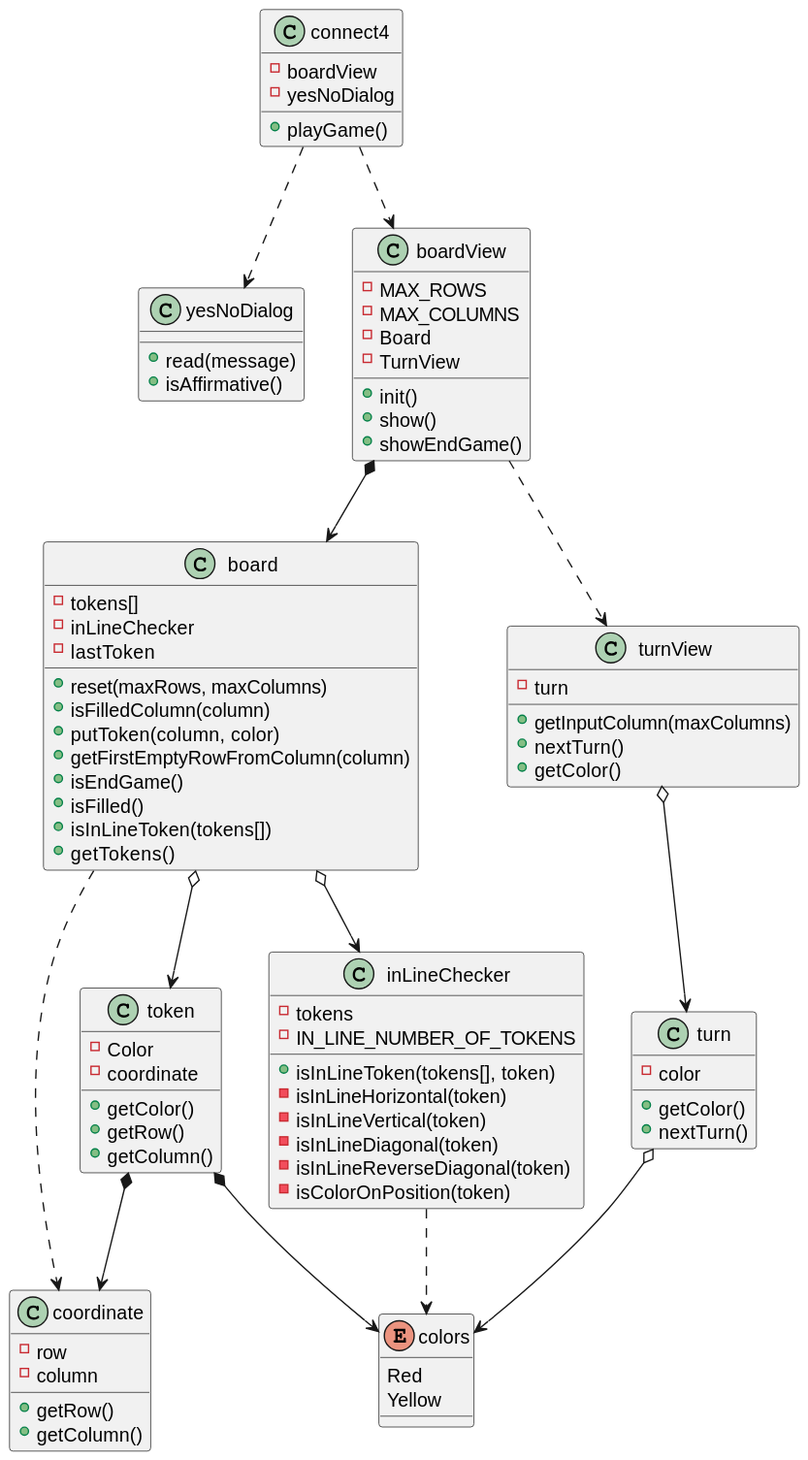
Before: out/UML/softwareModel/softwareModel.svg, a diagram exported from PlantUML (jumpering/connect4).
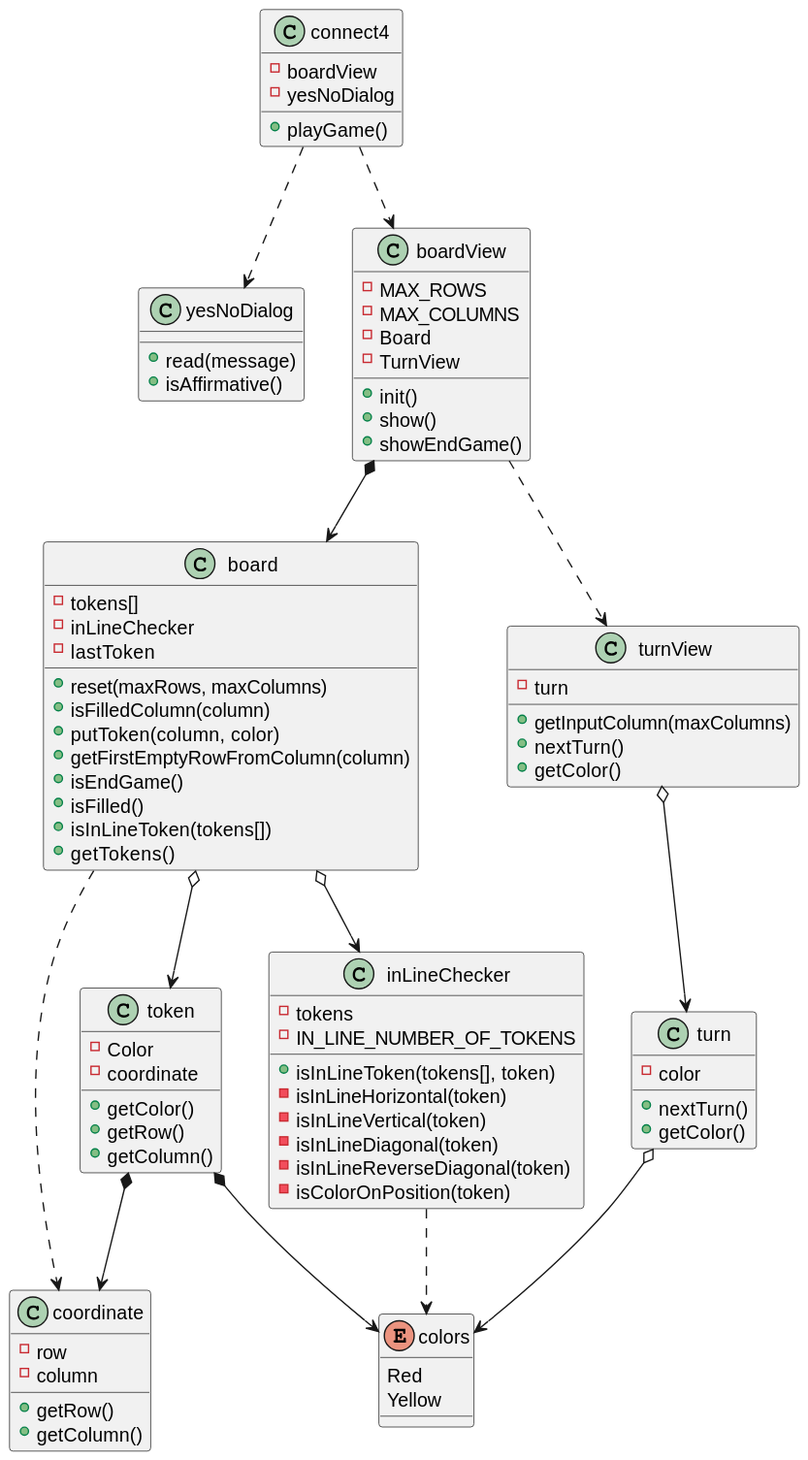
Above is the later version.

Commit message:
refactor method order in turn and UML

Diff of the diagram source:
```diff
@@ -66,8 +66,8 @@
 
 class turn{
     - color
+    + nextTurn()
     + getColor()
-    + nextTurn()
 }
 
 enum colors{
```
